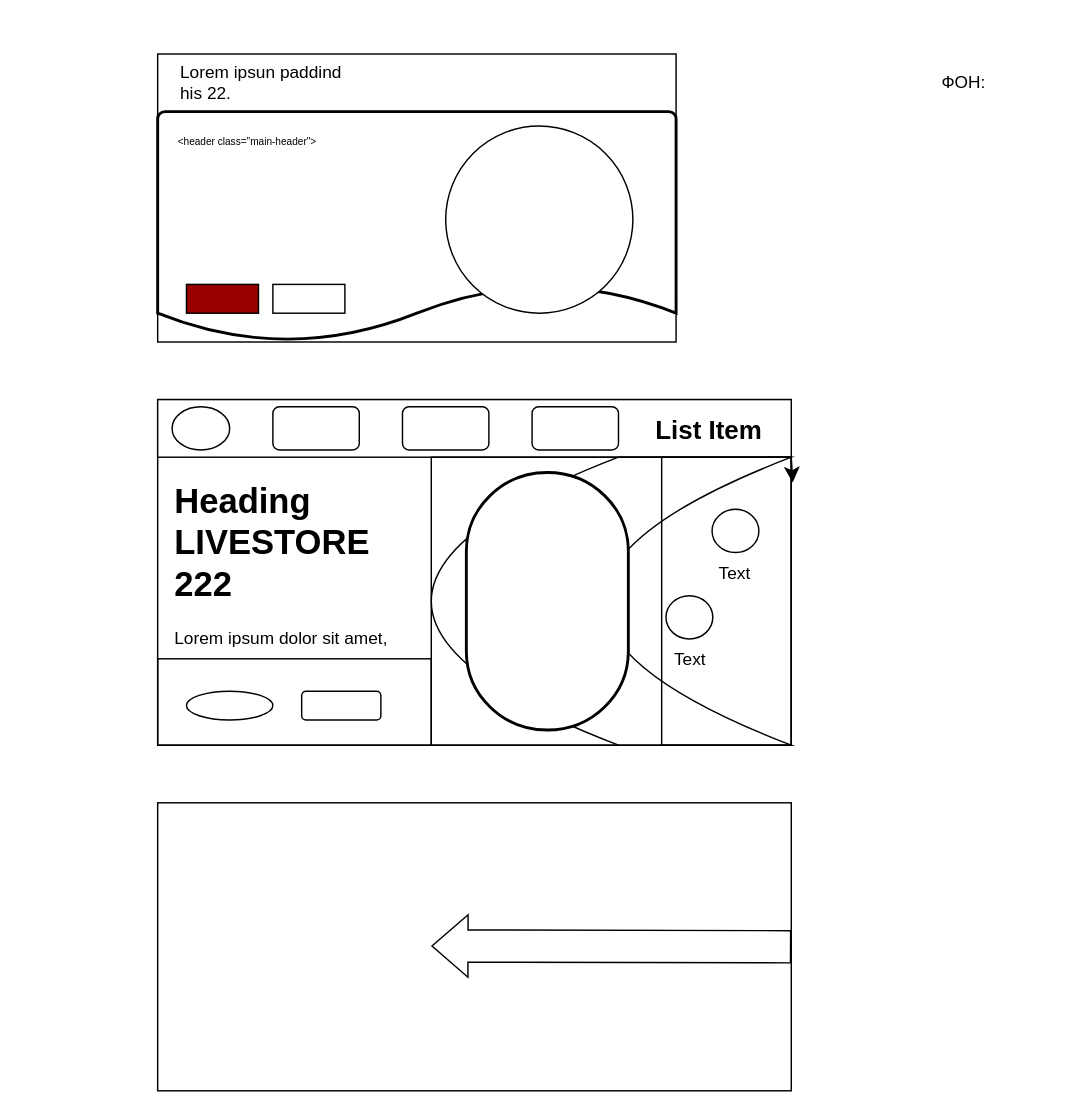
Above: hero-макет.drawio in Ylia2222/web-portfolio (draw.io), before the change. Source tidied: cells renumbered, new cells numbered last; positions are measured from the earlier drawing's top-left corner, leaving out a move shared by most shapes. Both pictures are drawn from the tidied source at 144%, with x=0, y=0 at pixel (157, 24).
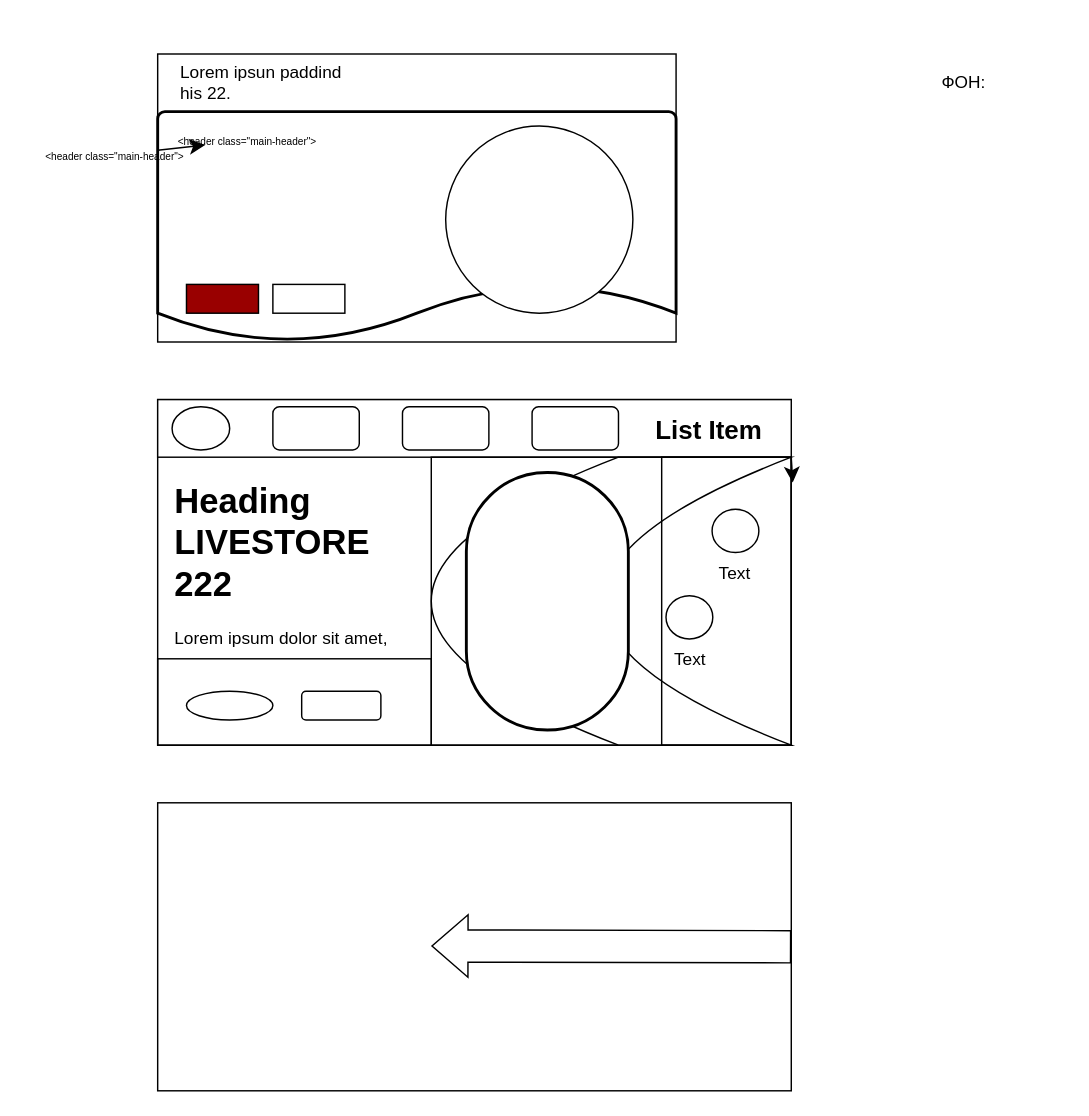
The same page after the edit.

The change refers to these unchanged cells:
```xml
<mxCell id="8" value="&lt;font style=&quot;font-size: 7px;&quot;&gt;&amp;lt;header class=&quot;main-header&quot;&amp;gt;&lt;/font&gt;" style="text;html=1;whiteSpace=wrap;strokeColor=none;fillColor=none;align=center;verticalAlign=middle;rounded=0;" parent="1" vertex="1">
  <mxGeometry y="60" width="125" height="40" as="geometry" />
</mxCell>
```

Diff of the diagram source:
```diff
@@
+    <mxCell id="32" style="edgeStyle=none;curved=1;rounded=0;jettySize=auto;html=1;fontSize=12;startSize=8;endSize=8;" parent="1" edge="1" source="8" target="33">
+      <mxGeometry relative="1" as="geometry" />
+    </mxCell>
@@
+    <mxCell id="33" value="&lt;font style=&quot;font-size: 7px;&quot;&gt;&amp;lt;header class=&quot;main-header&quot;&amp;gt;&lt;/font&gt;" style="text;html=1;whiteSpace=wrap;strokeColor=none;fillColor=none;align=center;verticalAlign=middle;rounded=0;" parent="1" vertex="1">
+      <mxGeometry x="-92" y="70" width="125" height="40" as="geometry" />
+    </mxCell>
```
